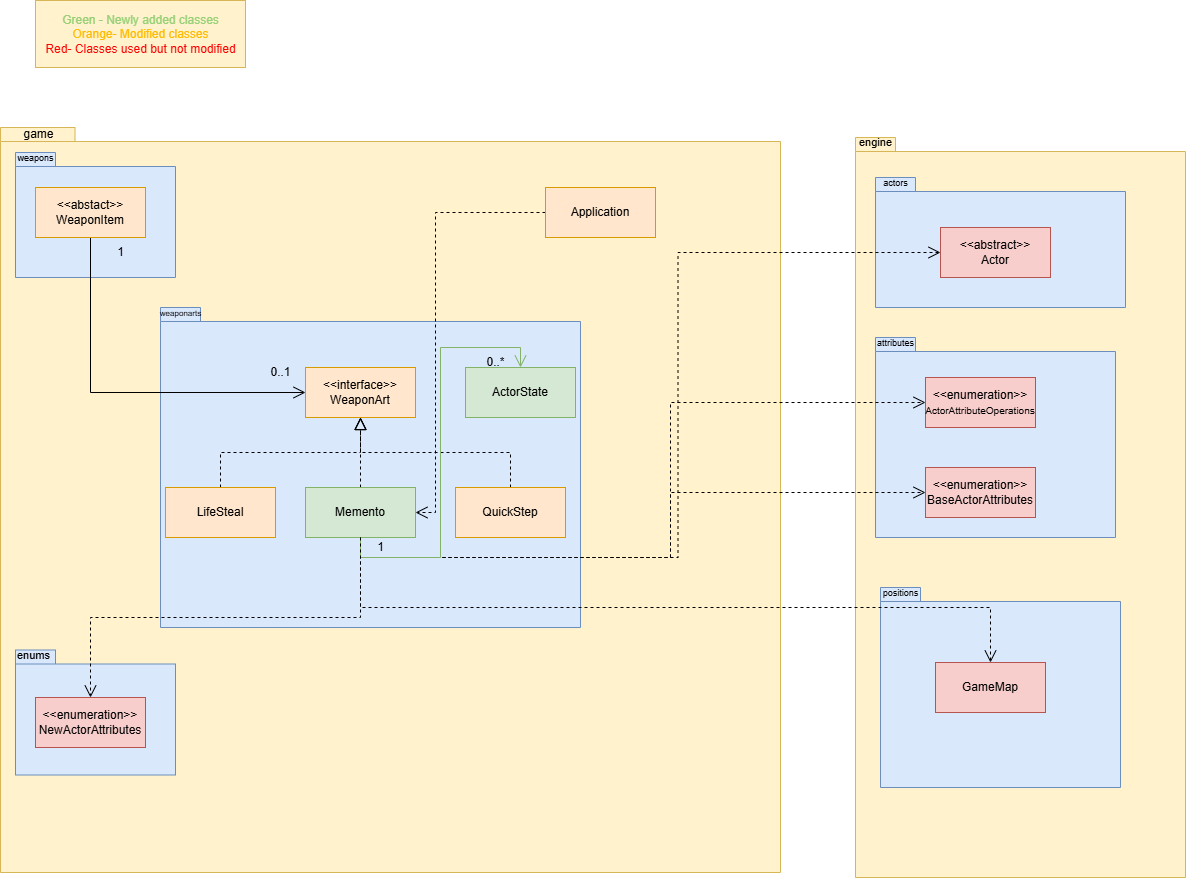
Fennessy10/EldenThingJava keeps this draw.io diagram as docs/design/Assignment3/A3_REQ3_UML.png. Above is the earlier version. Source tidied: cells renumbered, new cells last; positions are measured from the earlier drawing's top-left corner, leaving out a move shared by most shapes.
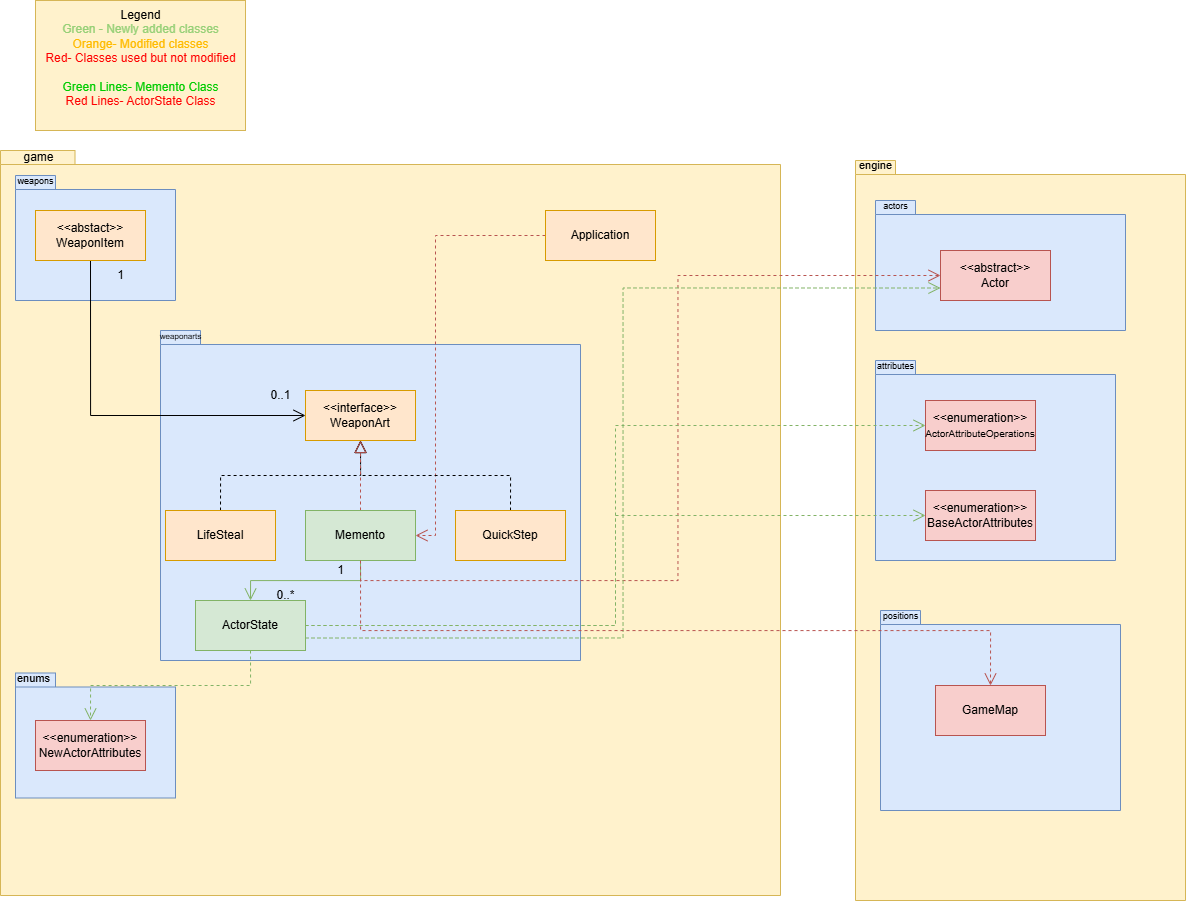
Above is the later version.

Commit message:
Updated UML and Sequence Diagrams for REQ 3

What changed in the source:
```diff
@@ -3,7 +3,7 @@
     <mxCell id="0" />
     <mxCell id="1" parent="0" />
     <mxCell id="2" style="whiteSpace=wrap;html=1;fillColor=#fff2cc;strokeColor=#d6b656;" parent="1" vertex="1">
-      <mxGeometry x="35" width="210" height="67" as="geometry" />
+      <mxGeometry x="35" y="-23" width="210" height="130" as="geometry" />
     </mxCell>
     <mxCell id="3" style="shape=folder;fontStyle=1;spacingTop=10;tabWidth=40;tabHeight=14;tabPosition=left;html=1;whiteSpace=wrap;fillColor=#fff2cc;strokeColor=#d6b656;" parent="1" vertex="1">
       <mxGeometry y="127" width="780" height="745" as="geometry" />
@@ -39,7 +39,7 @@
       <mxGeometry x="13" y="119" width="50" height="30" as="geometry" />
     </mxCell>
     <mxCell id="14" style="shape=folder;fontStyle=1;spacingTop=10;tabWidth=40;tabHeight=14;tabPosition=left;html=1;whiteSpace=wrap;fillColor=#dae8fc;strokeColor=#6c8ebf;" parent="1" vertex="1">
-      <mxGeometry x="160" y="307" width="420" height="320" as="geometry" />
+      <mxGeometry x="160" y="307" width="420" height="330" as="geometry" />
     </mxCell>
     <mxCell id="15" value="&lt;font style=&quot;font-size: 9px;&quot;&gt;actors&lt;/font&gt;" style="text;html=1;align=center;verticalAlign=middle;strokeColor=none;fillColor=none;" parent="1" vertex="1">
       <mxGeometry x="870" y="167" width="50" height="30" as="geometry" />
@@ -50,7 +50,7 @@
     <mxCell id="17" value="&amp;lt;&amp;lt;abstact&amp;gt;&amp;gt;&lt;br&gt;WeaponItem" style="html=1;whiteSpace=wrap;fillColor=#ffe6cc;strokeColor=#d79b00;" parent="1" vertex="1">
       <mxGeometry x="35" y="187" width="110" height="50" as="geometry" />
     </mxCell>
-    <mxCell id="18" style="edgeStyle=orthogonalEdgeStyle;rounded=0;jettySize=auto;html=1;exitX=0;exitY=0.5;exitDx=0;exitDy=0;entryX=1;entryY=0.5;entryDx=0;entryDy=0;endArrow=open;endFill=0;dashed=1;endSize=10;" parent="1" edge="1" source="19" target="28">
+    <mxCell id="18" style="edgeStyle=orthogonalEdgeStyle;rounded=0;jettySize=auto;html=1;exitX=0;exitY=0.5;exitDx=0;exitDy=0;entryX=1;entryY=0.5;entryDx=0;entryDy=0;endArrow=open;endFill=0;dashed=1;endSize=10;fillColor=#f8cecc;strokeColor=#b85450;" parent="1" edge="1" source="19" target="28">
       <mxGeometry relative="1" as="geometry">
         <Array as="points">
           <mxPoint x="435" y="212" />
@@ -73,18 +73,12 @@
     <mxCell id="23" value="LifeSteal" style="html=1;whiteSpace=wrap;fillColor=#ffe6cc;strokeColor=#d79b00;" parent="1" vertex="1">
       <mxGeometry x="165" y="487" width="110" height="50" as="geometry" />
     </mxCell>
-    <mxCell id="24" style="edgeStyle=orthogonalEdgeStyle;rounded=0;jettySize=auto;html=1;exitX=0.5;exitY=0;exitDx=0;exitDy=0;endSize=10;endArrow=block;endFill=0;dashed=1;" parent="1" edge="1" source="28" target="29">
+    <mxCell id="24" style="edgeStyle=orthogonalEdgeStyle;rounded=0;jettySize=auto;html=1;exitX=0.5;exitY=0;exitDx=0;exitDy=0;endSize=10;endArrow=block;endFill=0;dashed=1;fillColor=#f8cecc;strokeColor=#b85450;" parent="1" edge="1" source="28" target="29">
       <mxGeometry relative="1" as="geometry" />
     </mxCell>
-    <mxCell id="25" style="edgeStyle=orthogonalEdgeStyle;rounded=0;jettySize=auto;html=1;exitX=0.5;exitY=1;exitDx=0;exitDy=0;entryX=0;entryY=0.5;entryDx=0;entryDy=0;dashed=1;endArrow=open;endFill=0;endSize=10;" parent="1" edge="1" source="28" target="8">
+    <mxCell id="25" style="edgeStyle=orthogonalEdgeStyle;rounded=0;jettySize=auto;html=1;exitX=0.5;exitY=1;exitDx=0;exitDy=0;entryX=0;entryY=0.5;entryDx=0;entryDy=0;dashed=1;endArrow=open;endFill=0;endSize=10;fillColor=#f8cecc;strokeColor=#b85450;" parent="1" edge="1" source="28" target="8">
       <mxGeometry relative="1" as="geometry" />
     </mxCell>
-    <mxCell id="26" style="edgeStyle=orthogonalEdgeStyle;rounded=0;jettySize=auto;html=1;exitX=0.5;exitY=1;exitDx=0;exitDy=0;entryX=0;entryY=0.5;entryDx=0;entryDy=0;dashed=1;endArrow=open;endFill=0;endSize=10;" parent="1" edge="1" source="28" target="10">
-      <mxGeometry relative="1" as="geometry" />
-    </mxCell>
-    <mxCell id="27" style="edgeStyle=orthogonalEdgeStyle;rounded=0;jettySize=auto;html=1;exitX=0.5;exitY=1;exitDx=0;exitDy=0;entryX=0;entryY=0.5;entryDx=0;entryDy=0;dashed=1;endSize=10;endArrow=open;endFill=0;" parent="1" edge="1" source="28" target="9">
-      <mxGeometry relative="1" as="geometry" />
-    </mxCell>
     <mxCell id="28" value="Memento" style="html=1;whiteSpace=wrap;fillColor=#d5e8d4;strokeColor=#82b366;" parent="1" vertex="1">
       <mxGeometry x="305" y="487" width="110" height="50" as="geometry" />
     </mxCell>
@@ -100,14 +94,23 @@
     <mxCell id="32" value="&lt;font style=&quot;font-size: 12px;&quot;&gt;&amp;lt;&amp;lt;enumeration&amp;gt;&amp;gt;&lt;/font&gt;&lt;br&gt;NewActorAttributes" style="html=1;whiteSpace=wrap;fillColor=#f8cecc;strokeColor=#b85450;" parent="1" vertex="1">
       <mxGeometry x="35" y="697" width="110" height="50" as="geometry" />
     </mxCell>
-    <mxCell id="33" style="edgeStyle=orthogonalEdgeStyle;rounded=0;jettySize=auto;html=1;exitX=0.5;exitY=1;exitDx=0;exitDy=0;entryX=0.5;entryY=0;entryDx=0;entryDy=0;dashed=1;endSize=10;endArrow=open;endFill=0;" parent="1" edge="1" source="28" target="32">
+    <mxCell id="33" style="edgeStyle=orthogonalEdgeStyle;rounded=0;jettySize=auto;html=1;entryX=0.5;entryY=0;entryDx=0;entryDy=0;dashed=1;endSize=10;endArrow=open;endFill=0;exitX=0.5;exitY=1;exitDx=0;exitDy=0;fillColor=#d5e8d4;strokeColor=#82b366;" parent="1" edge="1" source="35" target="32">
       <mxGeometry relative="1" as="geometry" />
     </mxCell>
     <mxCell id="34" value="&lt;font style=&quot;font-size: 11px;&quot;&gt;enums&lt;/font&gt;" style="text;html=1;align=center;verticalAlign=middle;strokeColor=none;fillColor=none;" parent="1" vertex="1">
       <mxGeometry x="3" y="640" width="60" height="30" as="geometry" />
     </mxCell>
+    <mxCell id="47" style="edgeStyle=orthogonalEdgeStyle;rounded=0;jettySize=auto;html=1;exitX=1;exitY=0.5;exitDx=0;exitDy=0;entryX=0;entryY=0.5;entryDx=0;entryDy=0;endSize=10;dashed=1;endArrow=open;endFill=0;fillColor=#d5e8d4;strokeColor=#82b366;" parent="1" edge="1" source="35" target="10">
+      <mxGeometry relative="1" as="geometry" />
+    </mxCell>
+    <mxCell id="48" style="edgeStyle=orthogonalEdgeStyle;rounded=0;jettySize=auto;html=1;exitX=1;exitY=0.5;exitDx=0;exitDy=0;entryX=0;entryY=0.5;entryDx=0;entryDy=0;dashed=1;endArrow=open;endFill=0;endSize=10;fillColor=#d5e8d4;strokeColor=#82b366;" parent="1" edge="1" source="35" target="9">
+      <mxGeometry relative="1" as="geometry" />
+    </mxCell>
+    <mxCell id="49" style="edgeStyle=orthogonalEdgeStyle;rounded=0;jettySize=auto;html=1;exitX=1;exitY=0.75;exitDx=0;exitDy=0;entryX=0;entryY=0.75;entryDx=0;entryDy=0;dashed=1;endArrow=open;endFill=0;endSize=10;fillColor=#d5e8d4;strokeColor=#82b366;" parent="1" edge="1" source="35" target="8">
+      <mxGeometry relative="1" as="geometry" />
+    </mxCell>
     <mxCell id="35" value="ActorState" style="html=1;whiteSpace=wrap;fillColor=#d5e8d4;strokeColor=#82b366;" parent="1" vertex="1">
-      <mxGeometry x="465" y="367" width="110" height="50" as="geometry" />
+      <mxGeometry x="195" y="577" width="110" height="50" as="geometry" />
     </mxCell>
     <mxCell id="36" style="edgeStyle=orthogonalEdgeStyle;rounded=0;jettySize=auto;html=1;exitX=0.5;exitY=1;exitDx=0;exitDy=0;entryX=0.5;entryY=0;entryDx=0;entryDy=0;endArrow=open;endFill=0;endSize=10;fillColor=#d5e8d4;strokeColor=#82b366;" parent="1" edge="1" source="28" target="35">
       <mxGeometry relative="1" as="geometry" />
@@ -124,7 +127,7 @@
     <mxCell id="40" value="&lt;font style=&quot;font-size: 9px;&quot;&gt;positions&lt;/font&gt;" style="text;html=1;align=center;verticalAlign=middle;strokeColor=none;fillColor=none;" parent="1" vertex="1">
       <mxGeometry x="870" y="577" width="60" height="30" as="geometry" />
     </mxCell>
-    <mxCell id="41" style="edgeStyle=orthogonalEdgeStyle;rounded=0;jettySize=auto;html=1;exitX=0.5;exitY=1;exitDx=0;exitDy=0;entryX=0.5;entryY=0;entryDx=0;entryDy=0;endArrow=open;endFill=0;dashed=1;endSize=10;" parent="1" edge="1" source="28" target="39">
+    <mxCell id="41" style="edgeStyle=orthogonalEdgeStyle;rounded=0;jettySize=auto;html=1;exitX=0.5;exitY=1;exitDx=0;exitDy=0;entryX=0.5;entryY=0;entryDx=0;entryDy=0;endArrow=open;endFill=0;dashed=1;endSize=10;fillColor=#f8cecc;strokeColor=#b85450;" parent="1" edge="1" source="28" target="39">
       <mxGeometry relative="1" as="geometry">
         <Array as="points">
           <mxPoint x="360" y="607" />
@@ -139,13 +142,13 @@
       <mxGeometry x="260" y="357" width="40" height="30" as="geometry" />
     </mxCell>
     <mxCell id="44" value="0..*" style="text;html=1;align=center;verticalAlign=middle;strokeColor=none;fillColor=none;" parent="1" vertex="1">
-      <mxGeometry x="475" y="347" width="40" height="30" as="geometry" />
+      <mxGeometry x="265" y="557" width="40" height="30" as="geometry" />
     </mxCell>
     <mxCell id="45" value="1" style="text;html=1;align=center;verticalAlign=middle;strokeColor=none;fillColor=none;" parent="1" vertex="1">
-      <mxGeometry x="365" y="532" width="30" height="30" as="geometry" />
+      <mxGeometry x="325" y="532" width="30" height="30" as="geometry" />
     </mxCell>
-    <mxCell id="46" value="&lt;font color=&quot;#97d077&quot;&gt;Green - Newly added classes&lt;/font&gt;&lt;div&gt;&lt;font color=&quot;#ffbb00&quot;&gt;Orange- Modified classes&lt;/font&gt;&lt;/div&gt;&lt;div&gt;&lt;font color=&quot;#ff0000&quot;&gt;Red- Classes used but not modified&lt;/font&gt;&lt;/div&gt;" style="text;html=1;align=center;verticalAlign=middle;strokeColor=none;fillColor=none;" parent="1" vertex="1">
-      <mxGeometry x="35" y="3.5" width="210" height="60" as="geometry" />
+    <mxCell id="46" value="&lt;div&gt;Legend&lt;/div&gt;&lt;font color=&quot;#97d077&quot;&gt;Green - Newly added classes&lt;/font&gt;&lt;div&gt;&lt;font color=&quot;#ffbb00&quot;&gt;Orange- Modified classes&lt;/font&gt;&lt;/div&gt;&lt;div&gt;&lt;font color=&quot;#ff0000&quot;&gt;Red- Classes used but not modified&lt;/font&gt;&lt;/div&gt;&lt;div&gt;&lt;font color=&quot;#ff0000&quot;&gt;&lt;br&gt;&lt;/font&gt;&lt;/div&gt;&lt;div&gt;&lt;font color=&quot;#00cc00&quot;&gt;Green Lines- Memento Class&lt;/font&gt;&lt;/div&gt;&lt;div&gt;&lt;font color=&quot;#ff0000&quot;&gt;Red Lines- ActorState Class&lt;/font&gt;&lt;/div&gt;&lt;div&gt;&lt;font color=&quot;#ff0000&quot;&gt;&lt;br&gt;&lt;/font&gt;&lt;/div&gt;" style="text;html=1;align=center;verticalAlign=middle;strokeColor=none;fillColor=none;" parent="1" vertex="1">
+      <mxGeometry x="35" y="-23" width="210" height="130" as="geometry" />
     </mxCell>
   </root>
 </mxGraphModel>
```
